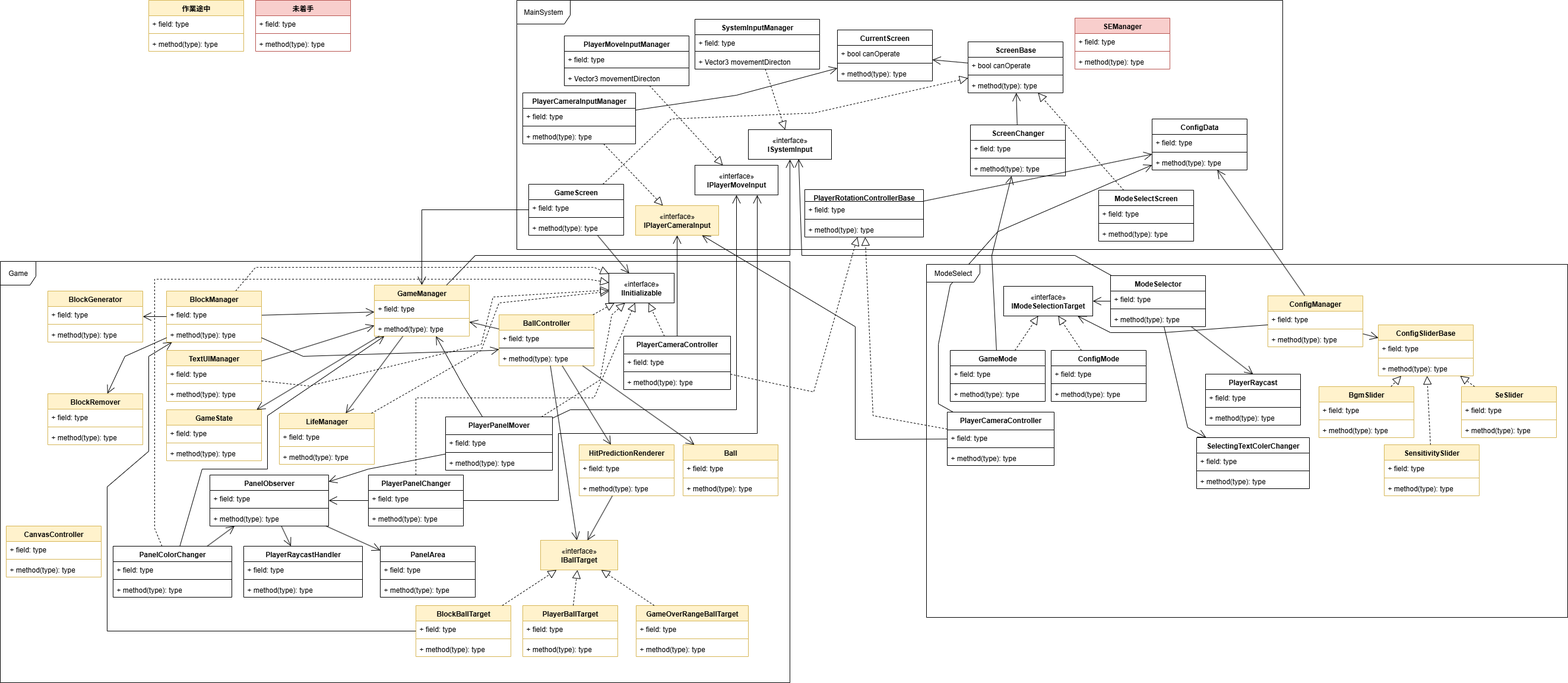
Above: BreakOut.drawio.png in UzukiAlto/3DBreakout (draw.io), before the change. Source tidied: cells renumbered, new cells last; positions are measured from the earlier drawing's top-left corner, leaving out a move shared by most shapes.
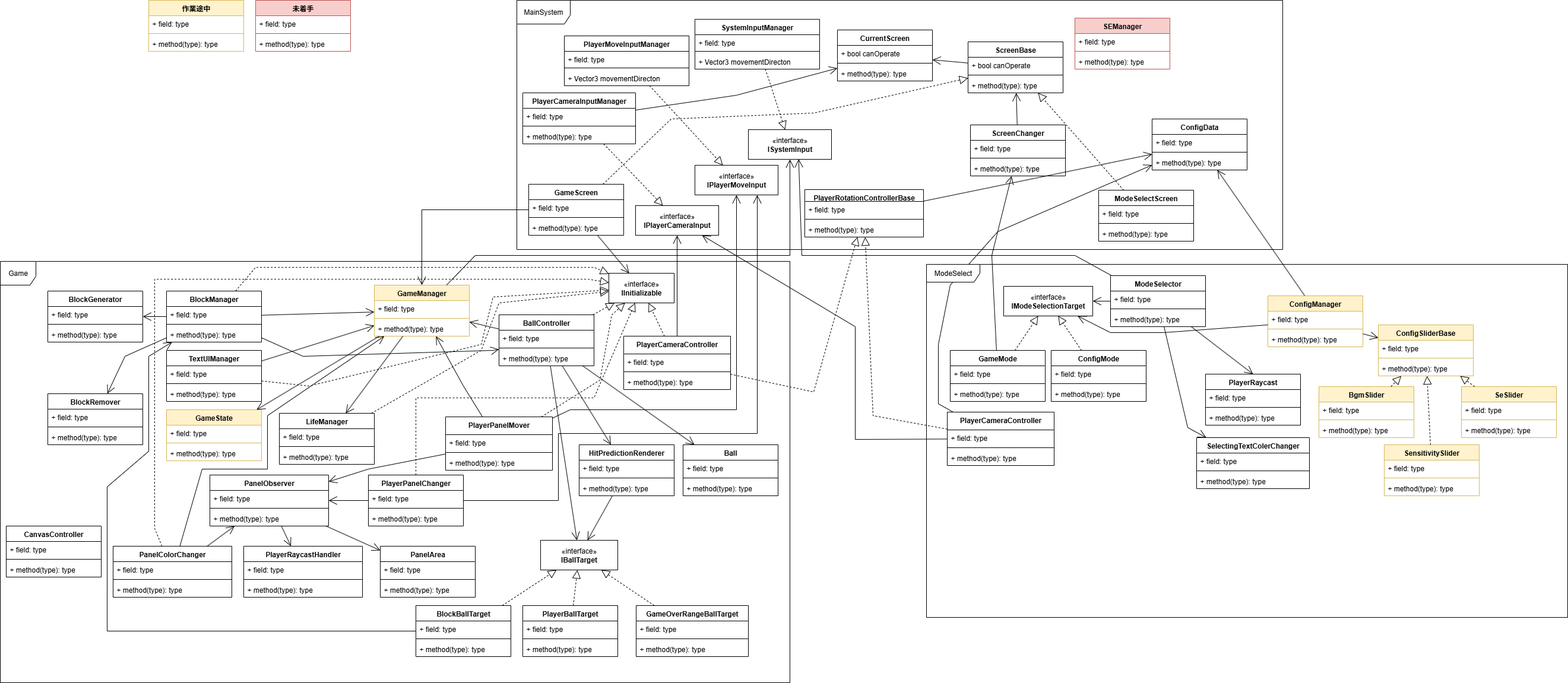
After the commit.

Diff of the diagram source:
```diff
@@ -115,7 +115,7 @@
     <mxCell id="32" value="Game" style="shape=umlFrame;whiteSpace=wrap;html=1;width=60;height=40;" parent="1" vertex="1">
       <mxGeometry y="440" width="1330" height="710" as="geometry" />
     </mxCell>
-    <mxCell id="33" value="LifeManager" style="swimlane;fontStyle=1;align=center;verticalAlign=top;horizontal=1;startSize=26;whiteSpace=wrap;html=1;fillColor=#fff2cc;strokeColor=#d6b656;" parent="1" vertex="1">
+    <mxCell id="33" value="LifeManager" style="swimlane;fontStyle=1;align=center;verticalAlign=top;horizontal=1;startSize=26;whiteSpace=wrap;html=1;" parent="1" vertex="1">
       <mxGeometry x="470" y="696" width="160" height="86" as="geometry" />
     </mxCell>
     <mxCell id="34" value="+ field: type" style="text;strokeColor=none;fillColor=none;align=left;verticalAlign=top;spacingLeft=4;spacingRight=4;overflow=hidden;whiteSpace=wrap;html=1;" parent="33" vertex="1">
@@ -158,7 +158,7 @@
     <mxCell id="45" value="+ method(type): type" style="text;strokeColor=none;fillColor=none;align=left;verticalAlign=top;spacingLeft=4;spacingRight=4;overflow=hidden;whiteSpace=wrap;html=1;" parent="42" vertex="1">
       <mxGeometry y="60" width="190" height="26" as="geometry" />
     </mxCell>
-    <mxCell id="46" value="BallController" style="swimlane;align=center;verticalAlign=top;horizontal=1;startSize=26;whiteSpace=wrap;html=1;strokeColor=#d6b656;fillColor=#fff2cc;" parent="1" vertex="1">
+    <mxCell id="46" value="BallController" style="swimlane;align=center;verticalAlign=top;horizontal=1;startSize=26;whiteSpace=wrap;html=1;" parent="1" vertex="1">
       <mxGeometry x="840" y="530" width="160" height="86" as="geometry" />
     </mxCell>
     <mxCell id="47" value="+ field: type" style="text;strokeColor=none;fillColor=none;align=left;verticalAlign=top;spacingLeft=4;spacingRight=4;overflow=hidden;whiteSpace=wrap;html=1;fontFamily=Helvetica;fontSize=12;fontColor=default;fontStyle=0;horizontal=1;" parent="46" vertex="1">
@@ -170,7 +170,7 @@
     <mxCell id="49" value="+ method(type): type" style="text;strokeColor=none;fillColor=none;align=left;verticalAlign=top;spacingLeft=4;spacingRight=4;overflow=hidden;whiteSpace=wrap;html=1;fontFamily=Helvetica;fontSize=12;fontColor=default;fontStyle=0;horizontal=1;" parent="46" vertex="1">
       <mxGeometry y="60" width="160" height="26" as="geometry" />
     </mxCell>
-    <mxCell id="50" value="HitPredictionRenderer" style="swimlane;fontStyle=1;align=center;verticalAlign=top;horizontal=1;startSize=26;whiteSpace=wrap;html=1;fillColor=#fff2cc;strokeColor=#d6b656;" parent="1" vertex="1">
+    <mxCell id="50" value="HitPredictionRenderer" style="swimlane;fontStyle=1;align=center;verticalAlign=top;horizontal=1;startSize=26;whiteSpace=wrap;html=1;" parent="1" vertex="1">
       <mxGeometry x="975" y="749" width="160" height="86" as="geometry" />
     </mxCell>
     <mxCell id="51" value="+ field: type" style="text;strokeColor=none;fillColor=none;align=left;verticalAlign=top;spacingLeft=4;spacingRight=4;overflow=hidden;whiteSpace=wrap;html=1;" parent="50" vertex="1">
@@ -268,7 +268,7 @@
         </Array>
       </mxGeometry>
     </mxCell>
-    <mxCell id="78" value="TextUIManager" style="swimlane;fontStyle=1;align=center;verticalAlign=top;horizontal=1;startSize=26;whiteSpace=wrap;html=1;fillColor=#fff2cc;strokeColor=#d6b656;" parent="1" vertex="1">
+    <mxCell id="78" value="TextUIManager" style="swimlane;fontStyle=1;align=center;verticalAlign=top;horizontal=1;startSize=26;whiteSpace=wrap;html=1;" parent="1" vertex="1">
       <mxGeometry x="280" y="590" width="160" height="86" as="geometry" />
     </mxCell>
     <mxCell id="79" value="+ field: type" style="text;align=left;verticalAlign=top;spacingLeft=4;spacingRight=4;overflow=hidden;whiteSpace=wrap;html=1;" parent="78" vertex="1">
@@ -537,7 +537,7 @@
     <mxCell id="158" value="+ method(type): type" style="text;strokeColor=none;fillColor=none;align=left;verticalAlign=top;spacingLeft=4;spacingRight=4;overflow=hidden;whiteSpace=wrap;html=1;" parent="155" vertex="1">
       <mxGeometry y="60" width="160" height="26" as="geometry" />
     </mxCell>
-    <mxCell id="159" value="«interface»&lt;br&gt;&lt;b&gt;IPlayerCameraInput&lt;/b&gt;" style="html=1;whiteSpace=wrap;fillColor=#fff2cc;strokeColor=#d6b656;" parent="1" vertex="1">
+    <mxCell id="159" value="«interface»&lt;br&gt;&lt;b&gt;IPlayerCameraInput&lt;/b&gt;" style="html=1;whiteSpace=wrap;" parent="1" vertex="1">
       <mxGeometry x="1070" y="346" width="140" height="50" as="geometry" />
     </mxCell>
     <mxCell id="160" style="endArrow=block;dashed=1;endFill=0;endSize=12;html=1;rounded=0;" parent="1" edge="1" source="42" target="159">
@@ -707,7 +707,7 @@
         </Array>
       </mxGeometry>
     </mxCell>
-    <mxCell id="203" value="BlockGenerator" style="swimlane;fontStyle=1;align=center;verticalAlign=top;horizontal=1;startSize=26;whiteSpace=wrap;html=1;fillColor=#fff2cc;strokeColor=#d6b656;" parent="1" vertex="1">
+    <mxCell id="203" value="BlockGenerator" style="swimlane;fontStyle=1;align=center;verticalAlign=top;horizontal=1;startSize=26;whiteSpace=wrap;html=1;" parent="1" vertex="1">
       <mxGeometry x="80" y="490" width="160" height="86" as="geometry" />
     </mxCell>
     <mxCell id="204" value="+ field: type" style="text;strokeColor=none;fillColor=none;align=left;verticalAlign=top;spacingLeft=4;spacingRight=4;overflow=hidden;whiteSpace=wrap;html=1;" parent="203" vertex="1">
@@ -730,7 +730,7 @@
     <mxCell id="208" style="endArrow=open;endFill=1;endSize=12;html=1;rounded=0;" parent="1" edge="1" source="237" target="55">
       <mxGeometry relative="1" as="geometry" />
     </mxCell>
-    <mxCell id="209" value="PlayerBallTarget" style="swimlane;fontStyle=1;align=center;verticalAlign=top;horizontal=1;startSize=26;whiteSpace=wrap;html=1;fillColor=#fff2cc;strokeColor=#d6b656;" parent="1" vertex="1">
+    <mxCell id="209" value="PlayerBallTarget" style="swimlane;fontStyle=1;align=center;verticalAlign=top;horizontal=1;startSize=26;whiteSpace=wrap;html=1;" parent="1" vertex="1">
       <mxGeometry x="880" y="1020" width="160" height="86" as="geometry" />
     </mxCell>
     <mxCell id="210" value="+ field: type" style="text;strokeColor=none;fillColor=none;align=left;verticalAlign=top;spacingLeft=4;spacingRight=4;overflow=hidden;whiteSpace=wrap;html=1;" parent="209" vertex="1">
@@ -742,7 +742,7 @@
     <mxCell id="212" value="+ method(type): type" style="text;strokeColor=none;fillColor=none;align=left;verticalAlign=top;spacingLeft=4;spacingRight=4;overflow=hidden;whiteSpace=wrap;html=1;" parent="209" vertex="1">
       <mxGeometry y="60" width="160" height="26" as="geometry" />
     </mxCell>
-    <mxCell id="213" value="«interface»&lt;br&gt;&lt;b&gt;IBallTarget&lt;/b&gt;" style="html=1;whiteSpace=wrap;fillColor=#fff2cc;strokeColor=#d6b656;" parent="1" vertex="1">
+    <mxCell id="213" value="«interface»&lt;br&gt;&lt;b&gt;IBallTarget&lt;/b&gt;" style="html=1;whiteSpace=wrap;" parent="1" vertex="1">
       <mxGeometry x="910" y="910" width="130" height="50" as="geometry" />
     </mxCell>
     <mxCell id="214" style="endArrow=open;endFill=1;endSize=12;html=1;rounded=0;" parent="1" edge="1" source="46" target="213">
@@ -751,7 +751,7 @@
     <mxCell id="215" style="endArrow=block;dashed=1;endFill=0;endSize=12;html=1;rounded=0;" parent="1" edge="1" source="209" target="213">
       <mxGeometry relative="1" as="geometry" />
     </mxCell>
-    <mxCell id="216" value="Ball" style="swimlane;fontStyle=1;align=center;verticalAlign=top;horizontal=1;startSize=26;whiteSpace=wrap;html=1;fillColor=#fff2cc;strokeColor=#d6b656;" parent="1" vertex="1">
+    <mxCell id="216" value="Ball" style="swimlane;fontStyle=1;align=center;verticalAlign=top;horizontal=1;startSize=26;whiteSpace=wrap;html=1;" parent="1" vertex="1">
       <mxGeometry x="1150" y="749" width="160" height="86" as="geometry" />
     </mxCell>
     <mxCell id="217" value="+ field: type" style="text;strokeColor=none;fillColor=none;align=left;verticalAlign=top;spacingLeft=4;spacingRight=4;overflow=hidden;whiteSpace=wrap;html=1;" parent="216" vertex="1">
@@ -769,7 +769,7 @@
     <mxCell id="221" style="endArrow=open;endFill=1;endSize=12;html=1;rounded=0;" parent="1" edge="1" source="50" target="213">
       <mxGeometry relative="1" as="geometry" />
     </mxCell>
-    <mxCell id="222" value="GameOverRangeBallTarget" style="swimlane;fontStyle=1;align=center;verticalAlign=top;horizontal=1;startSize=26;whiteSpace=wrap;html=1;fillColor=#fff2cc;strokeColor=#d6b656;" parent="1" vertex="1">
+    <mxCell id="222" value="GameOverRangeBallTarget" style="swimlane;fontStyle=1;align=center;verticalAlign=top;horizontal=1;startSize=26;whiteSpace=wrap;html=1;" parent="1" vertex="1">
       <mxGeometry x="1071" y="1020" width="189" height="86" as="geometry" />
     </mxCell>
     <mxCell id="223" value="+ field: type" style="text;strokeColor=none;fillColor=none;align=left;verticalAlign=top;spacingLeft=4;spacingRight=4;overflow=hidden;whiteSpace=wrap;html=1;" parent="222" vertex="1">
@@ -781,7 +781,7 @@
     <mxCell id="225" value="+ method(type): type" style="text;strokeColor=none;fillColor=none;align=left;verticalAlign=top;spacingLeft=4;spacingRight=4;overflow=hidden;whiteSpace=wrap;html=1;" parent="222" vertex="1">
       <mxGeometry y="60" width="189" height="26" as="geometry" />
     </mxCell>
-    <mxCell id="226" value="BlockBallTarget" style="swimlane;fontStyle=1;align=center;verticalAlign=top;horizontal=1;startSize=26;whiteSpace=wrap;html=1;fillColor=#fff2cc;strokeColor=#d6b656;" parent="1" vertex="1">
+    <mxCell id="226" value="BlockBallTarget" style="swimlane;fontStyle=1;align=center;verticalAlign=top;horizontal=1;startSize=26;whiteSpace=wrap;html=1;" parent="1" vertex="1">
       <mxGeometry x="700" y="1020" width="160" height="86" as="geometry" />
     </mxCell>
     <mxCell id="227" value="+ field: type" style="text;strokeColor=none;fillColor=none;align=left;verticalAlign=top;spacingLeft=4;spacingRight=4;overflow=hidden;whiteSpace=wrap;html=1;" parent="226" vertex="1">
@@ -809,7 +809,7 @@
         </Array>
       </mxGeometry>
     </mxCell>
-    <mxCell id="233" value="BlockRemover" style="swimlane;fontStyle=1;align=center;verticalAlign=top;horizontal=1;startSize=26;whiteSpace=wrap;html=1;fillColor=#fff2cc;strokeColor=#d6b656;" parent="1" vertex="1">
+    <mxCell id="233" value="BlockRemover" style="swimlane;fontStyle=1;align=center;verticalAlign=top;horizontal=1;startSize=26;whiteSpace=wrap;html=1;" parent="1" vertex="1">
       <mxGeometry x="80" y="663" width="160" height="86" as="geometry" />
     </mxCell>
     <mxCell id="234" value="+ field: type" style="text;strokeColor=none;fillColor=none;align=left;verticalAlign=top;spacingLeft=4;spacingRight=4;overflow=hidden;whiteSpace=wrap;html=1;" parent="233" vertex="1">
@@ -821,7 +821,7 @@
     <mxCell id="236" value="+ method(type): type" style="text;strokeColor=none;fillColor=none;align=left;verticalAlign=top;spacingLeft=4;spacingRight=4;overflow=hidden;whiteSpace=wrap;html=1;" parent="233" vertex="1">
       <mxGeometry y="60" width="160" height="26" as="geometry" />
     </mxCell>
-    <mxCell id="237" value="BlockManager" style="swimlane;fontStyle=1;align=center;verticalAlign=top;horizontal=1;startSize=26;whiteSpace=wrap;html=1;fillColor=#fff2cc;strokeColor=#d6b656;" parent="1" vertex="1">
+    <mxCell id="237" value="BlockManager" style="swimlane;fontStyle=1;align=center;verticalAlign=top;horizontal=1;startSize=26;whiteSpace=wrap;html=1;" parent="1" vertex="1">
       <mxGeometry x="280" y="490" width="160" height="86" as="geometry" />
     </mxCell>
     <mxCell id="238" value="+ field: type" style="text;strokeColor=none;fillColor=none;align=left;verticalAlign=top;spacingLeft=4;spacingRight=4;overflow=hidden;whiteSpace=wrap;html=1;" parent="237" vertex="1">
@@ -851,7 +851,7 @@
         </Array>
       </mxGeometry>
     </mxCell>
-    <mxCell id="244" value="CanvasController" style="swimlane;fontStyle=1;align=center;verticalAlign=top;horizontal=1;startSize=26;whiteSpace=wrap;html=1;fillColor=#fff2cc;strokeColor=#d6b656;" parent="1" vertex="1">
+    <mxCell id="244" value="CanvasController" style="swimlane;fontStyle=1;align=center;verticalAlign=top;horizontal=1;startSize=26;whiteSpace=wrap;html=1;" parent="1" vertex="1">
       <mxGeometry x="10" y="886" width="160" height="86" as="geometry" />
     </mxCell>
     <mxCell id="245" value="+ field: type" style="text;strokeColor=none;fillColor=none;align=left;verticalAlign=top;spacingLeft=4;spacingRight=4;overflow=hidden;whiteSpace=wrap;html=1;" parent="244" vertex="1">
```
